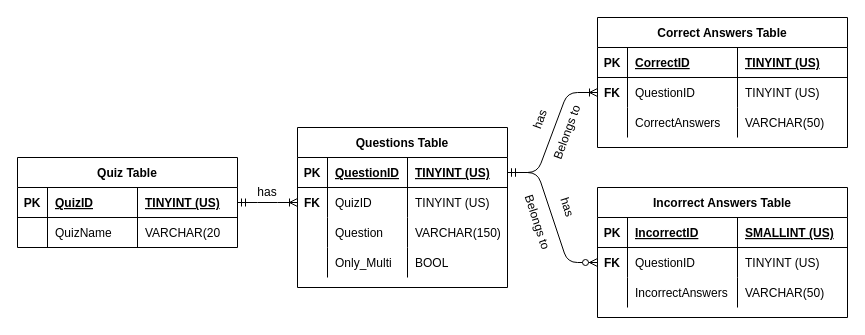
Above: ERD.drawio in TEESDAAL/QuizSite (draw.io), before the change. Source tidied: cells renumbered, new cells numbered last; positions are measured from the earlier drawing's top-left corner, leaving out a move shared by most shapes. Both pictures are drawn from the tidied source at 100%, with x=0, y=0 at pixel (17, 17).
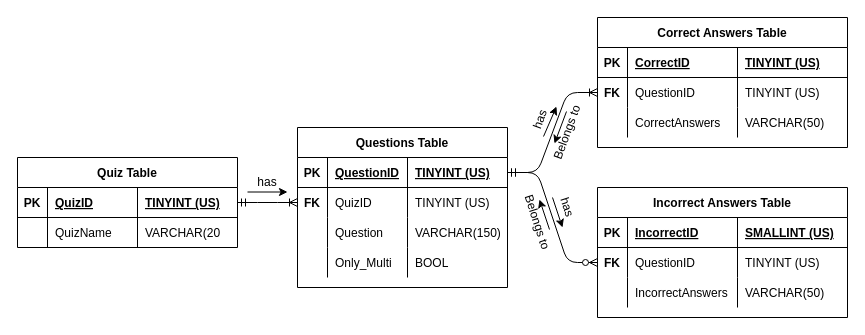
The same page after the edit.

Diff of the diagram source:
```diff
@@
     <mxCell id="59" value="has" style="text;html=1;strokeColor=none;fillColor=none;align=center;verticalAlign=middle;whiteSpace=wrap;rounded=0;" parent="1" vertex="1">
-      <mxGeometry x="220" y="160" width="60" height="30" as="geometry" />
+      <mxGeometry x="220" y="150" width="60" height="30" as="geometry" />
     </mxCell>
@@
+    <mxCell id="62" style="endArrow=classic;html=1;rounded=0;" parent="1" edge="1">
+      <mxGeometry relative="1" as="geometry">
+        <mxPoint x="230" y="174.5" as="sourcePoint" />
+        <mxPoint x="270" y="174.5" as="targetPoint" />
+      </mxGeometry>
+    </mxCell>
+    <mxCell id="63" style="endArrow=classic;html=1;rounded=0;spacingLeft=-7;" parent="1" edge="1">
+      <mxGeometry relative="1" as="geometry">
+        <mxPoint x="526" y="119" as="sourcePoint" />
+        <mxPoint x="539" y="89" as="targetPoint" />
+      </mxGeometry>
+    </mxCell>
+    <mxCell id="64" style="endArrow=classic;html=1;rounded=0;spacingLeft=-7;" parent="1" edge="1">
+      <mxGeometry relative="1" as="geometry">
+        <mxPoint x="549" y="94" as="sourcePoint" />
+        <mxPoint x="537" y="126" as="targetPoint" />
+      </mxGeometry>
+    </mxCell>
+    <mxCell id="65" style="endArrow=classic;html=1;rounded=0;" parent="1" edge="1">
+      <mxGeometry relative="1" as="geometry">
+        <mxPoint x="535" y="180" as="sourcePoint" />
+        <mxPoint x="545" y="210" as="targetPoint" />
+      </mxGeometry>
+    </mxCell>
+    <mxCell id="66" style="endArrow=classic;html=1;rounded=0;" parent="1" edge="1">
+      <mxGeometry relative="1" as="geometry">
+        <mxPoint x="532" y="212" as="sourcePoint" />
+        <mxPoint x="522" y="182" as="targetPoint" />
+      </mxGeometry>
+    </mxCell>
```
